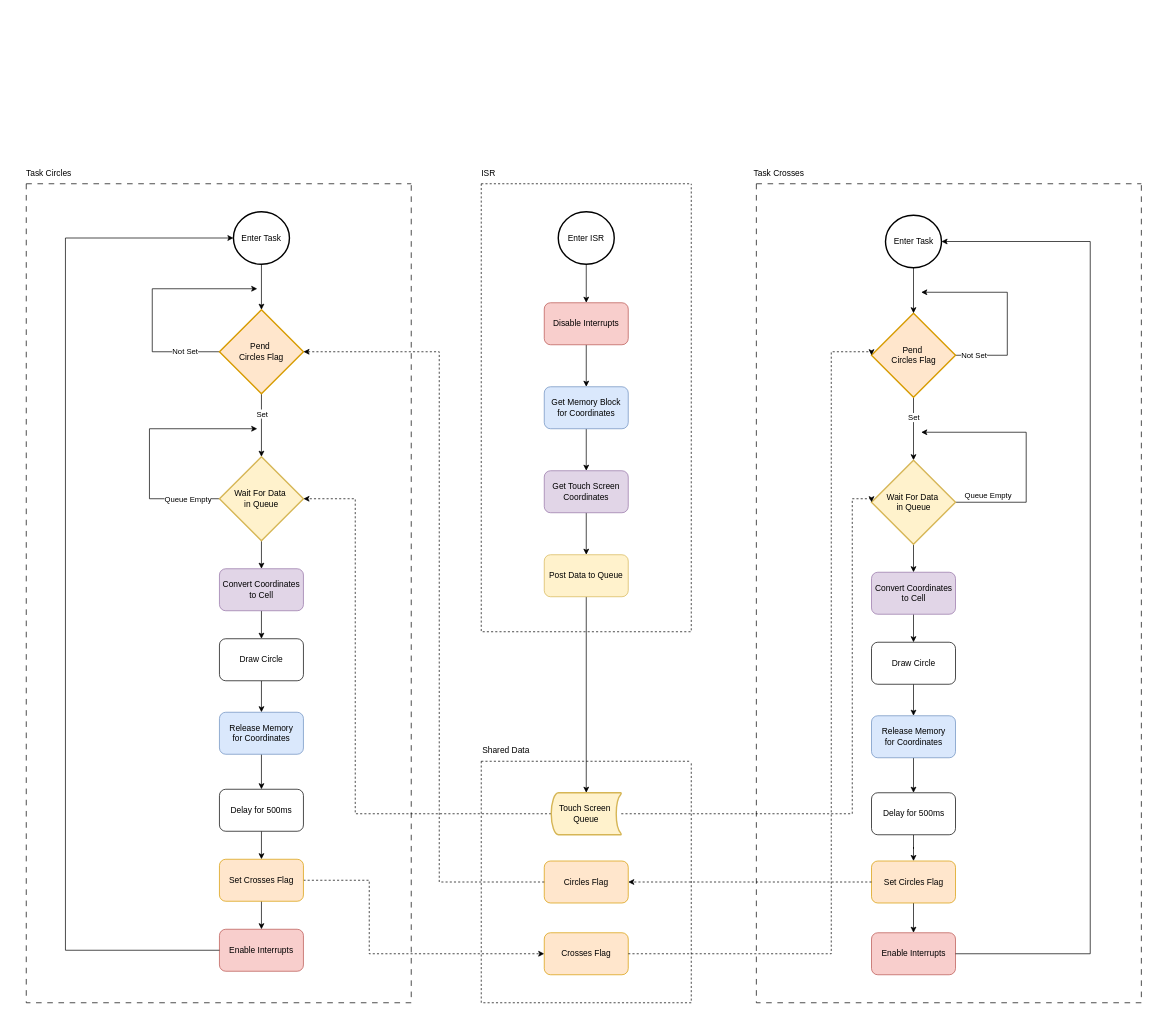
Above: ProgramFlow.drawio in LauriAlanen/STM32F4-DISCO-TICTACTOE (draw.io), before the change. Source tidied: cells renumbered, new cells numbered last; positions are measured from the earlier drawing's top-left corner, leaving out a move shared by most shapes. Both pictures are drawn from the tidied source at 70%, with x=0, y=0 at pixel (17, 162).
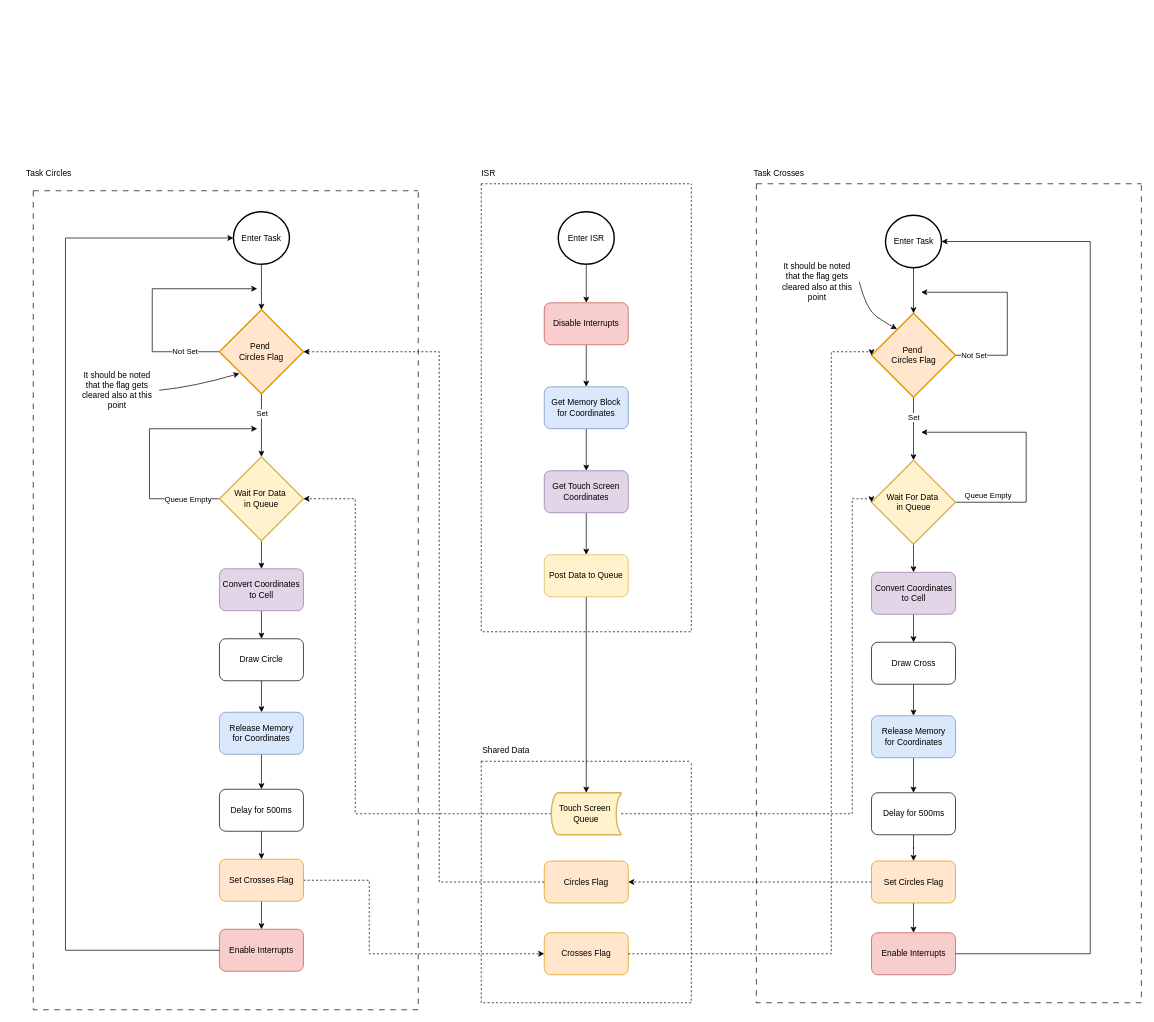
After the change.

Unchanged cells that the change refers to:
```xml
<mxCell id="7" value="Pend&amp;nbsp;&lt;div&gt;Circles&amp;nbsp;&lt;span style=&quot;background-color: transparent; color: light-dark(rgb(0, 0, 0), rgb(255, 255, 255));&quot;&gt;Flag&lt;/span&gt;&lt;/div&gt;" style="strokeWidth=2;html=1;shape=mxgraph.flowchart.decision;whiteSpace=wrap;fillColor=#ffe6cc;strokeColor=#d79b00;" parent="1" vertex="1">
  <mxGeometry x="289" y="210" width="120" height="120" as="geometry" />
</mxCell>
<mxCell id="42" style="swimlane;startSize=0;fillStyle=dots;dashed=1;dashPattern=8 8;" parent="1" vertex="1">
  <mxGeometry x="1056" y="30" width="550" height="1170" as="geometry" />
</mxCell>
<mxCell id="47" value="Pend&amp;nbsp;&lt;div&gt;Circles&amp;nbsp;&lt;span style=&quot;background-color: transparent; color: light-dark(rgb(0, 0, 0), rgb(255, 255, 255));&quot;&gt;Flag&lt;/span&gt;&lt;/div&gt;" style="strokeWidth=2;html=1;shape=mxgraph.flowchart.decision;whiteSpace=wrap;fillColor=#ffe6cc;strokeColor=#d79b00;" parent="42" vertex="1">
  <mxGeometry x="164.5" y="185" width="120" height="120" as="geometry" />
</mxCell>
```

What changed in the source:
```diff
@@
-    <mxCell id="38" style="swimlane;startSize=0;fillStyle=dots;dashed=1;dashPattern=8 8;" parent="1" vertex="1">
-      <mxGeometry x="13" y="30" width="550" height="1170" as="geometry" />
+    <mxCell id="38" style="swimlane;startSize=0;fillStyle=dots;dashed=1;dashPattern=8 8;fillColor=default;strokeColor=none;" parent="1" vertex="1">
+      <mxGeometry x="-7" y="-215" width="550" height="1170" as="geometry" />
     </mxCell>
+    <mxCell id="76" value="It should be noted that the flag gets cleared also at this point" style="text;html=1;align=center;verticalAlign=middle;whiteSpace=wrap;rounded=0;" parent="38" vertex="1">
+      <mxGeometry x="90" y="530" width="120" height="20" as="geometry" />
+    </mxCell>
@@
-    <mxCell id="57" value="Draw Circle" style="rounded=1;whiteSpace=wrap;html=1;" parent="42" vertex="1">
+    <mxCell id="57" value="Draw Cross" style="rounded=1;whiteSpace=wrap;html=1;" parent="42" vertex="1">
       <mxGeometry x="164.5" y="655" width="120" height="60" as="geometry" />
     </mxCell>
@@
+    <mxCell id="77" value="It should be noted that the flag gets cleared also at this point" style="text;html=1;align=center;verticalAlign=middle;whiteSpace=wrap;rounded=0;" parent="42" vertex="1">
+      <mxGeometry x="27" y="130" width="120" height="20" as="geometry" />
+    </mxCell>
+    <mxCell id="78" style="curved=1;endArrow=classic;html=1;rounded=0;exitX=1;exitY=0.5;exitDx=0;exitDy=0;entryX=0.303;entryY=0.188;entryDx=0;entryDy=0;entryPerimeter=0;" parent="42" edge="1" source="77" target="47">
+      <mxGeometry relative="1" as="geometry">
+        <Array as="points">
+          <mxPoint x="157" y="180" />
+          <mxPoint x="187" y="200" />
+        </Array>
+      </mxGeometry>
+    </mxCell>
@@
+    <mxCell id="79" style="curved=1;endArrow=classic;html=1;rounded=0;exitX=1;exitY=0.5;exitDx=0;exitDy=0;entryX=0.238;entryY=0.758;entryDx=0;entryDy=0;entryPerimeter=0;" parent="1" edge="1" source="76" target="7">
+      <mxGeometry relative="1" as="geometry">
+        <Array as="points">
+          <mxPoint x="253" y="320" />
+        </Array>
+      </mxGeometry>
+    </mxCell>
+    <mxCell id="80" style="swimlane;startSize=0;fillStyle=dots;dashed=1;dashPattern=8 8;" parent="1" vertex="1">
+      <mxGeometry x="23" y="40" width="550" height="1170" as="geometry" />
+    </mxCell>
```
